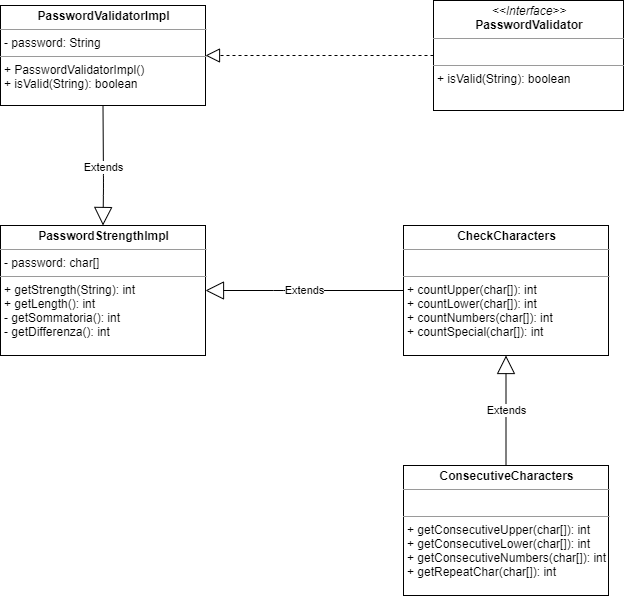
Before: paper/password-strength.png, a diagram exported from draw.io (metaphori/students-oop20-di-santi-giovanni-conti-massimiliano-ercolani-francesco-cellot-davide-keepassj). Source tidied: cells renumbered, new cells last; positions are measured from the earlier drawing's top-left corner, leaving out a move shared by most shapes. Its diagram source:
```xml
<mxGraphModel>
  <root>
    <mxCell id="0" />
    <mxCell id="1" parent="0" />
    <mxCell id="2" value="&lt;p style=&quot;margin: 0px ; margin-top: 4px ; text-align: center&quot;&gt;&lt;i&gt;&amp;lt;&amp;lt;Interface&amp;gt;&amp;gt;&lt;/i&gt;&lt;br&gt;&lt;b&gt;PasswordValidator&lt;/b&gt;&lt;/p&gt;&lt;hr size=&quot;1&quot;&gt;&lt;p style=&quot;margin: 0px ; margin-left: 4px&quot;&gt;&lt;br&gt;&lt;/p&gt;&lt;hr size=&quot;1&quot;&gt;&lt;p style=&quot;margin: 0px ; margin-left: 4px&quot;&gt;+ isValid(String): boolean&lt;br&gt;&lt;/p&gt;" style="verticalAlign=top;align=left;overflow=fill;fontSize=12;fontFamily=Helvetica;html=1;" parent="1" vertex="1">
      <mxGeometry x="433" width="190" height="110" as="geometry" />
    </mxCell>
    <mxCell id="3" value="&lt;p style=&quot;margin: 0px ; margin-top: 4px ; text-align: center&quot;&gt;&lt;b&gt;PasswordStrengthImpl&lt;/b&gt;&lt;/p&gt;&lt;hr size=&quot;1&quot;&gt;&lt;p style=&quot;margin: 0px ; margin-left: 4px&quot;&gt;- password: char[]&lt;/p&gt;&lt;hr size=&quot;1&quot;&gt;&lt;p style=&quot;margin: 0px 0px 0px 4px&quot;&gt;+ getStrength(String): int&lt;/p&gt;&lt;p style=&quot;margin: 0px 0px 0px 4px&quot;&gt;+ getLength(): int&lt;/p&gt;&lt;p style=&quot;margin: 0px 0px 0px 4px&quot;&gt;- getSommatoria(): int&lt;/p&gt;&lt;p style=&quot;margin: 0px 0px 0px 4px&quot;&gt;- getDifferenza(): int&lt;/p&gt;&lt;p style=&quot;margin: 0px 0px 0px 4px&quot;&gt;&lt;br&gt;&lt;/p&gt;" style="verticalAlign=top;align=left;overflow=fill;fontSize=12;fontFamily=Helvetica;html=1;" parent="1" vertex="1">
      <mxGeometry y="225" width="205" height="130" as="geometry" />
    </mxCell>
    <mxCell id="4" value="&lt;p style=&quot;margin: 0px ; margin-top: 4px ; text-align: center&quot;&gt;&lt;b&gt;PasswordValidatorImpl&lt;/b&gt;&lt;/p&gt;&lt;hr size=&quot;1&quot;&gt;&lt;p style=&quot;margin: 0px ; margin-left: 4px&quot;&gt;- password: String&lt;/p&gt;&lt;hr size=&quot;1&quot;&gt;&lt;p style=&quot;margin: 0px 0px 0px 4px&quot;&gt;+ PasswordValidatorImpl()&lt;/p&gt;&lt;p style=&quot;margin: 0px 0px 0px 4px&quot;&gt;+ isValid(String): boolean&lt;/p&gt;" style="verticalAlign=top;align=left;overflow=fill;fontSize=12;fontFamily=Helvetica;html=1;" parent="1" vertex="1">
      <mxGeometry y="5" width="205" height="100" as="geometry" />
    </mxCell>
    <mxCell id="5" value="Extends" style="endArrow=block;endSize=16;endFill=0;html=1;exitX=0.5;exitY=1;exitDx=0;exitDy=0;entryX=0.5;entryY=0;entryDx=0;entryDy=0;" parent="1" edge="1" source="4" target="3">
      <mxGeometry x="0.03" relative="1" as="geometry">
        <Array as="points">
          <mxPoint x="103" y="185" />
        </Array>
      </mxGeometry>
    </mxCell>
    <mxCell id="6" style="endArrow=block;dashed=1;endFill=0;endSize=12;html=1;exitX=0;exitY=0.5;exitDx=0;exitDy=0;entryX=1;entryY=0.5;entryDx=0;entryDy=0;" parent="1" edge="1" source="2" target="4">
      <mxGeometry relative="1" as="geometry" />
    </mxCell>
    <mxCell id="7" value="&lt;p style=&quot;margin: 0px ; margin-top: 4px ; text-align: center&quot;&gt;&lt;b&gt;CheckCharacters&lt;/b&gt;&lt;/p&gt;&lt;hr size=&quot;1&quot;&gt;&lt;p style=&quot;margin: 0px ; margin-left: 4px&quot;&gt;&lt;br&gt;&lt;/p&gt;&lt;hr size=&quot;1&quot;&gt;&lt;p style=&quot;margin: 0px 0px 0px 4px&quot;&gt;+ countUpper(char[]): int&lt;/p&gt;&lt;p style=&quot;margin: 0px 0px 0px 4px&quot;&gt;+ countLower(char[]): int&lt;br&gt;&lt;/p&gt;&lt;p style=&quot;margin: 0px 0px 0px 4px&quot;&gt;+ countNumbers(char[]): int&lt;br&gt;&lt;/p&gt;&lt;p style=&quot;margin: 0px 0px 0px 4px&quot;&gt;+ countSpecial(char[]): int&lt;br&gt;&lt;/p&gt;&lt;p style=&quot;margin: 0px 0px 0px 4px&quot;&gt;&lt;br&gt;&lt;/p&gt;" style="verticalAlign=top;align=left;overflow=fill;fontSize=12;fontFamily=Helvetica;html=1;" parent="1" vertex="1">
      <mxGeometry x="403" y="225" width="205" height="130" as="geometry" />
    </mxCell>
    <mxCell id="8" value="&lt;p style=&quot;margin: 0px ; margin-top: 4px ; text-align: center&quot;&gt;&lt;b&gt;ConsecutiveCharacters&lt;/b&gt;&lt;/p&gt;&lt;hr size=&quot;1&quot;&gt;&lt;p style=&quot;margin: 0px ; margin-left: 4px&quot;&gt;&lt;br&gt;&lt;/p&gt;&lt;hr size=&quot;1&quot;&gt;&lt;p style=&quot;margin: 0px 0px 0px 4px&quot;&gt;+ getConsecutiveUpper(char[]): int&lt;/p&gt;&lt;p style=&quot;margin: 0px 0px 0px 4px&quot;&gt;+ getConsecutiveLower(char[]): int&lt;br&gt;&lt;/p&gt;&lt;p style=&quot;margin: 0px 0px 0px 4px&quot;&gt;+ getConsecutiveNumbers(char[]): int&lt;br&gt;&lt;/p&gt;&lt;p style=&quot;margin: 0px 0px 0px 4px&quot;&gt;+ getRepeatChar(char[]): int&lt;br&gt;&lt;/p&gt;&lt;p style=&quot;margin: 0px 0px 0px 4px&quot;&gt;&lt;br&gt;&lt;/p&gt;" style="verticalAlign=top;align=left;overflow=fill;fontSize=12;fontFamily=Helvetica;html=1;" parent="1" vertex="1">
      <mxGeometry x="403" y="465" width="205" height="130" as="geometry" />
    </mxCell>
    <mxCell id="9" value="Extends" style="endArrow=block;endSize=16;endFill=0;html=1;entryX=1;entryY=0.5;entryDx=0;entryDy=0;exitX=0;exitY=0.5;exitDx=0;exitDy=0;" parent="1" edge="1" source="7" target="3">
      <mxGeometry relative="1" as="geometry">
        <Array as="points">
          <mxPoint x="283" y="290" />
        </Array>
      </mxGeometry>
    </mxCell>
    <mxCell id="10" value="Extends" style="endArrow=block;endSize=16;endFill=0;html=1;exitX=0.5;exitY=0;exitDx=0;exitDy=0;entryX=0.5;entryY=1;entryDx=0;entryDy=0;" parent="1" edge="1" source="8" target="7">
      <mxGeometry relative="1" as="geometry" />
    </mxCell>
  </root>
</mxGraphModel>
```
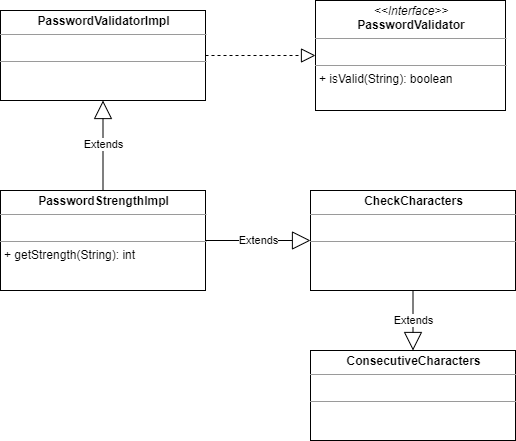
Later version of the same file.

Commit message:
Update UML password-strength

What changed in the source:
```diff
@@ -3,38 +3,30 @@
     <mxCell id="0" />
     <mxCell id="1" parent="0" />
     <mxCell id="2" value="&lt;p style=&quot;margin: 0px ; margin-top: 4px ; text-align: center&quot;&gt;&lt;i&gt;&amp;lt;&amp;lt;Interface&amp;gt;&amp;gt;&lt;/i&gt;&lt;br&gt;&lt;b&gt;PasswordValidator&lt;/b&gt;&lt;/p&gt;&lt;hr size=&quot;1&quot;&gt;&lt;p style=&quot;margin: 0px ; margin-left: 4px&quot;&gt;&lt;br&gt;&lt;/p&gt;&lt;hr size=&quot;1&quot;&gt;&lt;p style=&quot;margin: 0px ; margin-left: 4px&quot;&gt;+ isValid(String): boolean&lt;br&gt;&lt;/p&gt;" style="verticalAlign=top;align=left;overflow=fill;fontSize=12;fontFamily=Helvetica;html=1;" parent="1" vertex="1">
-      <mxGeometry x="433" width="190" height="110" as="geometry" />
+      <mxGeometry x="348" y="35" width="190" height="110" as="geometry" />
     </mxCell>
-    <mxCell id="3" value="&lt;p style=&quot;margin: 0px ; margin-top: 4px ; text-align: center&quot;&gt;&lt;b&gt;PasswordStrengthImpl&lt;/b&gt;&lt;/p&gt;&lt;hr size=&quot;1&quot;&gt;&lt;p style=&quot;margin: 0px ; margin-left: 4px&quot;&gt;- password: char[]&lt;/p&gt;&lt;hr size=&quot;1&quot;&gt;&lt;p style=&quot;margin: 0px 0px 0px 4px&quot;&gt;+ getStrength(String): int&lt;/p&gt;&lt;p style=&quot;margin: 0px 0px 0px 4px&quot;&gt;+ getLength(): int&lt;/p&gt;&lt;p style=&quot;margin: 0px 0px 0px 4px&quot;&gt;- getSommatoria(): int&lt;/p&gt;&lt;p style=&quot;margin: 0px 0px 0px 4px&quot;&gt;- getDifferenza(): int&lt;/p&gt;&lt;p style=&quot;margin: 0px 0px 0px 4px&quot;&gt;&lt;br&gt;&lt;/p&gt;" style="verticalAlign=top;align=left;overflow=fill;fontSize=12;fontFamily=Helvetica;html=1;" parent="1" vertex="1">
-      <mxGeometry y="225" width="205" height="130" as="geometry" />
+    <mxCell id="3" value="&lt;p style=&quot;margin: 0px ; margin-top: 4px ; text-align: center&quot;&gt;&lt;b&gt;PasswordStrengthImpl&lt;/b&gt;&lt;/p&gt;&lt;hr size=&quot;1&quot;&gt;&lt;p style=&quot;margin: 0px ; margin-left: 4px&quot;&gt;&lt;br&gt;&lt;/p&gt;&lt;hr size=&quot;1&quot;&gt;&lt;p style=&quot;margin: 0px 0px 0px 4px&quot;&gt;+ getStrength(String): int&lt;/p&gt;&lt;p style=&quot;margin: 0px 0px 0px 4px&quot;&gt;&lt;br&gt;&lt;/p&gt;&lt;p style=&quot;margin: 0px 0px 0px 4px&quot;&gt;&lt;br&gt;&lt;/p&gt;" style="verticalAlign=top;align=left;overflow=fill;fontSize=12;fontFamily=Helvetica;html=1;" parent="1" vertex="1">
+      <mxGeometry x="33" y="225" width="205" height="100" as="geometry" />
     </mxCell>
-    <mxCell id="4" value="&lt;p style=&quot;margin: 0px ; margin-top: 4px ; text-align: center&quot;&gt;&lt;b&gt;PasswordValidatorImpl&lt;/b&gt;&lt;/p&gt;&lt;hr size=&quot;1&quot;&gt;&lt;p style=&quot;margin: 0px ; margin-left: 4px&quot;&gt;- password: String&lt;/p&gt;&lt;hr size=&quot;1&quot;&gt;&lt;p style=&quot;margin: 0px 0px 0px 4px&quot;&gt;+ PasswordValidatorImpl()&lt;/p&gt;&lt;p style=&quot;margin: 0px 0px 0px 4px&quot;&gt;+ isValid(String): boolean&lt;/p&gt;" style="verticalAlign=top;align=left;overflow=fill;fontSize=12;fontFamily=Helvetica;html=1;" parent="1" vertex="1">
-      <mxGeometry y="5" width="205" height="100" as="geometry" />
+    <mxCell id="4" value="&lt;p style=&quot;margin: 0px ; margin-top: 4px ; text-align: center&quot;&gt;&lt;b&gt;PasswordValidatorImpl&lt;/b&gt;&lt;/p&gt;&lt;hr size=&quot;1&quot;&gt;&lt;p style=&quot;margin: 0px ; margin-left: 4px&quot;&gt;&lt;br&gt;&lt;/p&gt;&lt;hr size=&quot;1&quot;&gt;&lt;p style=&quot;margin: 0px 0px 0px 4px&quot;&gt;&lt;br&gt;&lt;/p&gt;" style="verticalAlign=top;align=left;overflow=fill;fontSize=12;fontFamily=Helvetica;html=1;" parent="1" vertex="1">
+      <mxGeometry x="33" y="45" width="205" height="90" as="geometry" />
     </mxCell>
-    <mxCell id="5" value="Extends" style="endArrow=block;endSize=16;endFill=0;html=1;exitX=0.5;exitY=1;exitDx=0;exitDy=0;entryX=0.5;entryY=0;entryDx=0;entryDy=0;" parent="1" edge="1" source="4" target="3">
-      <mxGeometry x="0.03" relative="1" as="geometry">
-        <Array as="points">
-          <mxPoint x="103" y="185" />
-        </Array>
-      </mxGeometry>
+    <mxCell id="5" value="Extends" style="endArrow=block;endSize=16;endFill=0;html=1;exitX=0.5;exitY=0;exitDx=0;exitDy=0;entryX=0.5;entryY=1;entryDx=0;entryDy=0;" parent="1" edge="1" source="3" target="4">
+      <mxGeometry x="0.03" relative="1" as="geometry" />
     </mxCell>
-    <mxCell id="6" style="endArrow=block;dashed=1;endFill=0;endSize=12;html=1;exitX=0;exitY=0.5;exitDx=0;exitDy=0;entryX=1;entryY=0.5;entryDx=0;entryDy=0;" parent="1" edge="1" source="2" target="4">
+    <mxCell id="6" style="endArrow=block;dashed=1;endFill=0;endSize=12;html=1;exitX=1;exitY=0.5;exitDx=0;exitDy=0;entryX=0;entryY=0.5;entryDx=0;entryDy=0;" parent="1" edge="1" source="4" target="2">
       <mxGeometry relative="1" as="geometry" />
     </mxCell>
-    <mxCell id="7" value="&lt;p style=&quot;margin: 0px ; margin-top: 4px ; text-align: center&quot;&gt;&lt;b&gt;CheckCharacters&lt;/b&gt;&lt;/p&gt;&lt;hr size=&quot;1&quot;&gt;&lt;p style=&quot;margin: 0px ; margin-left: 4px&quot;&gt;&lt;br&gt;&lt;/p&gt;&lt;hr size=&quot;1&quot;&gt;&lt;p style=&quot;margin: 0px 0px 0px 4px&quot;&gt;+ countUpper(char[]): int&lt;/p&gt;&lt;p style=&quot;margin: 0px 0px 0px 4px&quot;&gt;+ countLower(char[]): int&lt;br&gt;&lt;/p&gt;&lt;p style=&quot;margin: 0px 0px 0px 4px&quot;&gt;+ countNumbers(char[]): int&lt;br&gt;&lt;/p&gt;&lt;p style=&quot;margin: 0px 0px 0px 4px&quot;&gt;+ countSpecial(char[]): int&lt;br&gt;&lt;/p&gt;&lt;p style=&quot;margin: 0px 0px 0px 4px&quot;&gt;&lt;br&gt;&lt;/p&gt;" style="verticalAlign=top;align=left;overflow=fill;fontSize=12;fontFamily=Helvetica;html=1;" parent="1" vertex="1">
-      <mxGeometry x="403" y="225" width="205" height="130" as="geometry" />
+    <mxCell id="7" value="&lt;p style=&quot;margin: 0px ; margin-top: 4px ; text-align: center&quot;&gt;&lt;b&gt;CheckCharacters&lt;/b&gt;&lt;/p&gt;&lt;hr size=&quot;1&quot;&gt;&lt;p style=&quot;margin: 0px ; margin-left: 4px&quot;&gt;&lt;br&gt;&lt;/p&gt;&lt;hr size=&quot;1&quot;&gt;&lt;p style=&quot;margin: 0px 0px 0px 4px&quot;&gt;&lt;br&gt;&lt;/p&gt;&lt;p style=&quot;margin: 0px 0px 0px 4px&quot;&gt;&lt;br&gt;&lt;/p&gt;" style="verticalAlign=top;align=left;overflow=fill;fontSize=12;fontFamily=Helvetica;html=1;" parent="1" vertex="1">
+      <mxGeometry x="343" y="225" width="205" height="100" as="geometry" />
     </mxCell>
-    <mxCell id="8" value="&lt;p style=&quot;margin: 0px ; margin-top: 4px ; text-align: center&quot;&gt;&lt;b&gt;ConsecutiveCharacters&lt;/b&gt;&lt;/p&gt;&lt;hr size=&quot;1&quot;&gt;&lt;p style=&quot;margin: 0px ; margin-left: 4px&quot;&gt;&lt;br&gt;&lt;/p&gt;&lt;hr size=&quot;1&quot;&gt;&lt;p style=&quot;margin: 0px 0px 0px 4px&quot;&gt;+ getConsecutiveUpper(char[]): int&lt;/p&gt;&lt;p style=&quot;margin: 0px 0px 0px 4px&quot;&gt;+ getConsecutiveLower(char[]): int&lt;br&gt;&lt;/p&gt;&lt;p style=&quot;margin: 0px 0px 0px 4px&quot;&gt;+ getConsecutiveNumbers(char[]): int&lt;br&gt;&lt;/p&gt;&lt;p style=&quot;margin: 0px 0px 0px 4px&quot;&gt;+ getRepeatChar(char[]): int&lt;br&gt;&lt;/p&gt;&lt;p style=&quot;margin: 0px 0px 0px 4px&quot;&gt;&lt;br&gt;&lt;/p&gt;" style="verticalAlign=top;align=left;overflow=fill;fontSize=12;fontFamily=Helvetica;html=1;" parent="1" vertex="1">
-      <mxGeometry x="403" y="465" width="205" height="130" as="geometry" />
+    <mxCell id="8" value="&lt;p style=&quot;margin: 0px ; margin-top: 4px ; text-align: center&quot;&gt;&lt;b&gt;ConsecutiveCharacters&lt;/b&gt;&lt;/p&gt;&lt;hr size=&quot;1&quot;&gt;&lt;p style=&quot;margin: 0px ; margin-left: 4px&quot;&gt;&lt;br&gt;&lt;/p&gt;&lt;hr size=&quot;1&quot;&gt;&lt;p style=&quot;margin: 0px 0px 0px 4px&quot;&gt;&lt;br&gt;&lt;/p&gt;&lt;p style=&quot;margin: 0px 0px 0px 4px&quot;&gt;&lt;br&gt;&lt;/p&gt;" style="verticalAlign=top;align=left;overflow=fill;fontSize=12;fontFamily=Helvetica;html=1;" parent="1" vertex="1">
+      <mxGeometry x="343" y="385" width="205" height="90" as="geometry" />
     </mxCell>
-    <mxCell id="9" value="Extends" style="endArrow=block;endSize=16;endFill=0;html=1;entryX=1;entryY=0.5;entryDx=0;entryDy=0;exitX=0;exitY=0.5;exitDx=0;exitDy=0;" parent="1" edge="1" source="7" target="3">
-      <mxGeometry relative="1" as="geometry">
-        <Array as="points">
-          <mxPoint x="283" y="290" />
-        </Array>
-      </mxGeometry>
+    <mxCell id="9" value="Extends" style="endArrow=block;endSize=16;endFill=0;html=1;exitX=1;exitY=0.5;exitDx=0;exitDy=0;entryX=0;entryY=0.5;entryDx=0;entryDy=0;" parent="1" edge="1" source="3" target="7">
+      <mxGeometry relative="1" as="geometry" />
     </mxCell>
-    <mxCell id="10" value="Extends" style="endArrow=block;endSize=16;endFill=0;html=1;exitX=0.5;exitY=0;exitDx=0;exitDy=0;entryX=0.5;entryY=1;entryDx=0;entryDy=0;" parent="1" edge="1" source="8" target="7">
+    <mxCell id="10" value="Extends" style="endArrow=block;endSize=16;endFill=0;html=1;exitX=0.5;exitY=1;exitDx=0;exitDy=0;entryX=0.5;entryY=0;entryDx=0;entryDy=0;" parent="1" edge="1" source="7" target="8">
       <mxGeometry relative="1" as="geometry" />
     </mxCell>
   </root>
```
